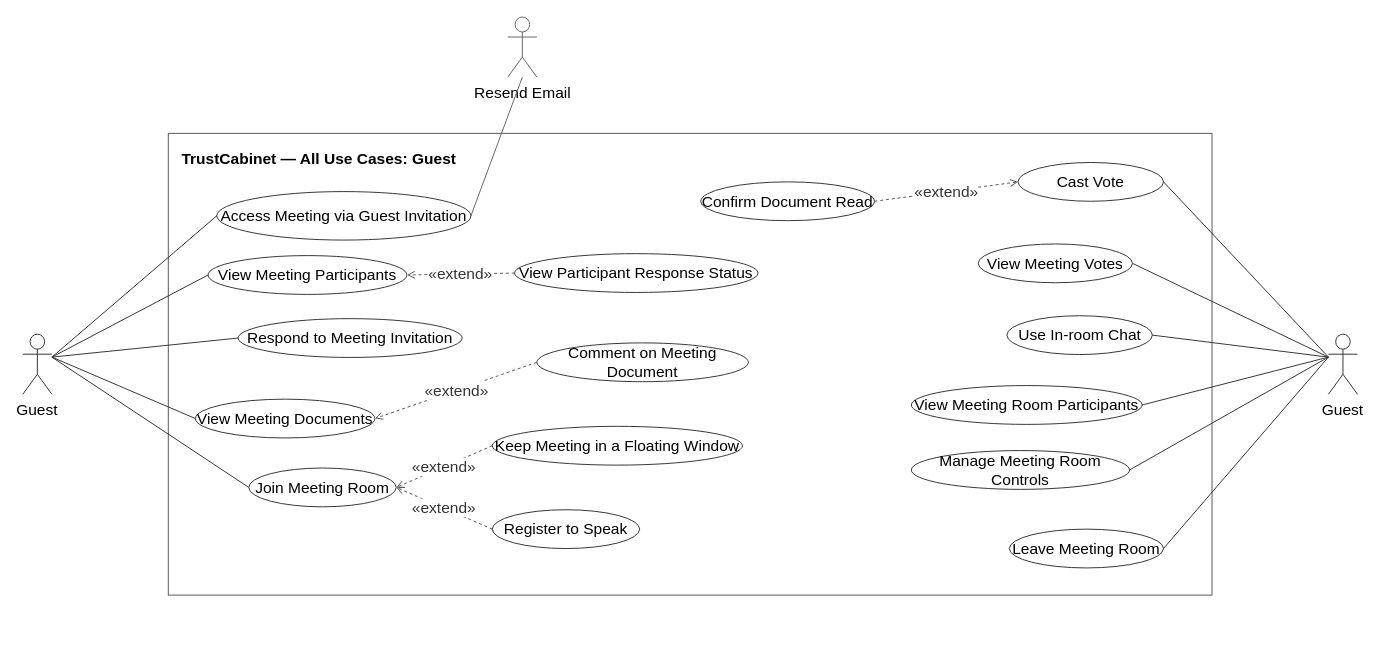
Above: page "Guest" (7 of 7) of docs/14-uc-diagram/trustcabinet-use-cases.drawio in callmehai/FU-FA26-G116 (draw.io), before the change. Source tidied: cells renumbered, new cells numbered last; positions are measured from the earlier drawing's top-left corner, leaving out a move shared by most shapes. Both pictures are drawn from the tidied source at 97%, with x=0, y=0 at pixel (22, 16).
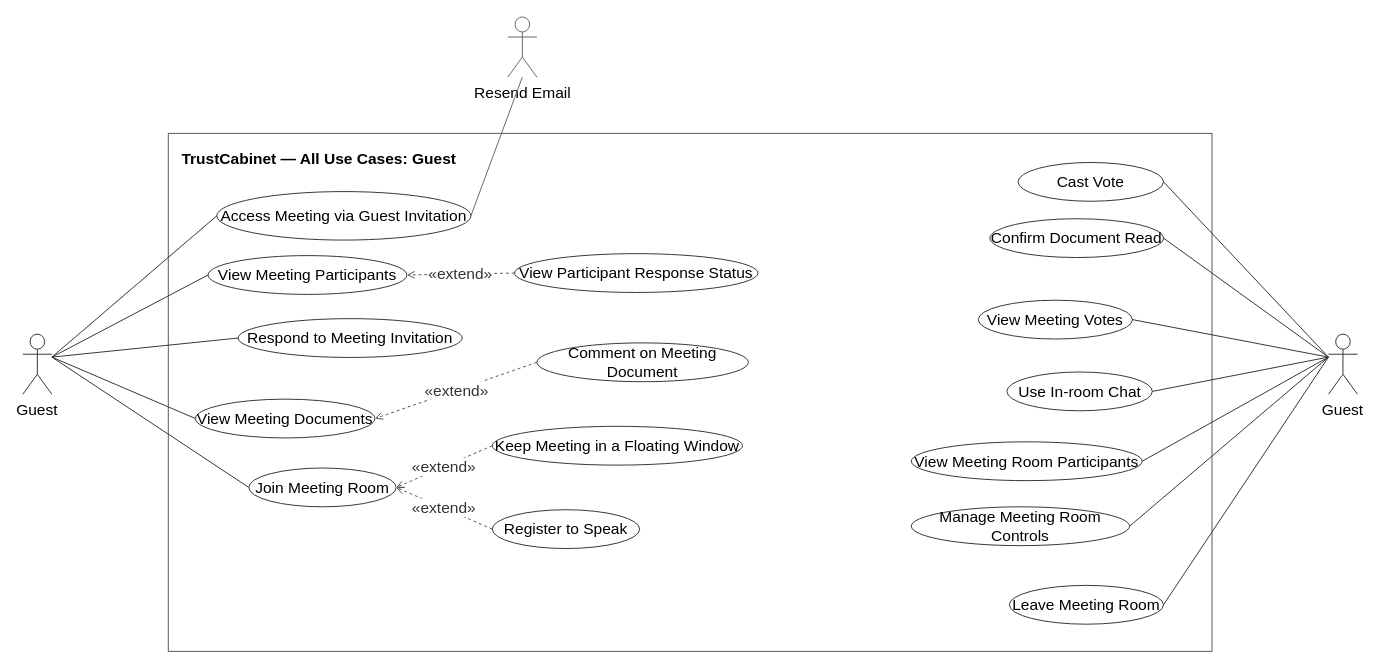
After the change.

The change refers to these unchanged cells:
```xml
<mxCell id="4" value="Guest" style="shape=umlActor;whiteSpace=wrap;verticalLabelPosition=bottom;verticalAlign=top;html=1;outlineConnect=0;fillColor=#ffffff;strokeColor=#333333;fontSize=16;" parent="1" vertex="1">
  <mxGeometry x="1346" y="327" width="30" height="62" as="geometry" />
</mxCell>
<mxCell id="15" value="Cast Vote" style="ellipse;whiteSpace=wrap;html=1;align=center;verticalAlign=middle;fontSize=16;strokeColor=#333333;fillColor=#ffffff;" parent="1" vertex="1">
  <mxGeometry x="1026" y="150" width="150" height="40" as="geometry" />
</mxCell>
```

The edit, as a diff of the source:
```diff
@@
     <mxCell id="2" value="TrustCabinet — All Use Cases: Guest" style="rounded=0;whiteSpace=wrap;html=1;align=left;verticalAlign=top;spacingTop=10;spacingLeft=12;fontStyle=1;fontSize=16;strokeColor=#555555;fillColor=none;" parent="1" vertex="1">
-      <mxGeometry x="150" y="120" width="1076" height="476" as="geometry" />
+      <mxGeometry x="150" y="120" width="1076" height="534" as="geometry" />
     </mxCell>
@@
     <mxCell id="7" value="Leave Meeting Room" style="ellipse;whiteSpace=wrap;html=1;align=center;verticalAlign=middle;fontSize=16;strokeColor=#333333;fillColor=#ffffff;" parent="1" vertex="1">
-      <mxGeometry x="1017" y="528" width="159" height="40" as="geometry" />
+      <mxGeometry x="1017" y="586" width="159" height="40" as="geometry" />
     </mxCell>
     <mxCell id="8" value="Manage Meeting Room Controls" style="ellipse;whiteSpace=wrap;html=1;align=center;verticalAlign=middle;fontSize=16;strokeColor=#333333;fillColor=#ffffff;" parent="1" vertex="1">
-      <mxGeometry x="916" y="447" width="225" height="40" as="geometry" />
+      <mxGeometry x="916" y="505" width="225" height="40" as="geometry" />
     </mxCell>
     <mxCell id="9" value="View Meeting Room Participants" style="ellipse;whiteSpace=wrap;html=1;align=center;verticalAlign=middle;fontSize=16;strokeColor=#333333;fillColor=#ffffff;" parent="1" vertex="1">
-      <mxGeometry x="916" y="380" width="238" height="40" as="geometry" />
+      <mxGeometry x="916" y="438" width="238" height="40" as="geometry" />
     </mxCell>
     <mxCell id="10" value="Use In-room Chat" style="ellipse;whiteSpace=wrap;html=1;align=center;verticalAlign=middle;fontSize=16;strokeColor=#333333;fillColor=#ffffff;" parent="1" vertex="1">
-      <mxGeometry x="1014.5" y="308" width="150" height="40" as="geometry" />
+      <mxGeometry x="1014.5" y="366" width="150" height="40" as="geometry" />
     </mxCell>
@@
     <mxCell id="13" value="View Meeting Votes" style="ellipse;whiteSpace=wrap;html=1;align=center;verticalAlign=middle;fontSize=16;strokeColor=#333333;fillColor=#ffffff;" parent="1" vertex="1">
-      <mxGeometry x="985" y="234" width="159" height="40" as="geometry" />
+      <mxGeometry x="985" y="292" width="159" height="40" as="geometry" />
     </mxCell>
@@
     <mxCell id="18" value="Confirm Document Read" style="ellipse;whiteSpace=wrap;html=1;align=center;verticalAlign=middle;fontSize=16;strokeColor=#333333;fillColor=#ffffff;" parent="1" vertex="1">
-      <mxGeometry x="699" y="170" width="179" height="40" as="geometry" />
+      <mxGeometry x="997" y="208" width="179" height="40" as="geometry" />
     </mxCell>
@@
-    <mxCell id="27" value="«extend»" style="edgeStyle=none;html=1;dashed=1;strokeColor=#555555;fontColor=#333333;fontSize=16;endArrow=open;endFill=0;labelBackgroundColor=#FFFFFF;exitX=1;exitY=0.5;exitDx=0;exitDy=0;entryX=0;entryY=0.5;entryDx=0;entryDy=0;" parent="1" edge="1" source="18" target="15">
-      <mxGeometry relative="1" as="geometry" />
-    </mxCell>
@@
+    <mxCell id="39" style="edgeStyle=none;strokeColor=#333333;html=1;strokeWidth=1;endArrow=none;startArrow=none;exitX=0;exitY=0.35;exitDx=-4;exitDy=0;entryX=1;entryY=0.5;entryDx=0;entryDy=0;fontSize=16;" parent="1" edge="1" source="4" target="18">
+      <mxGeometry relative="1" as="geometry" />
+    </mxCell>
```
